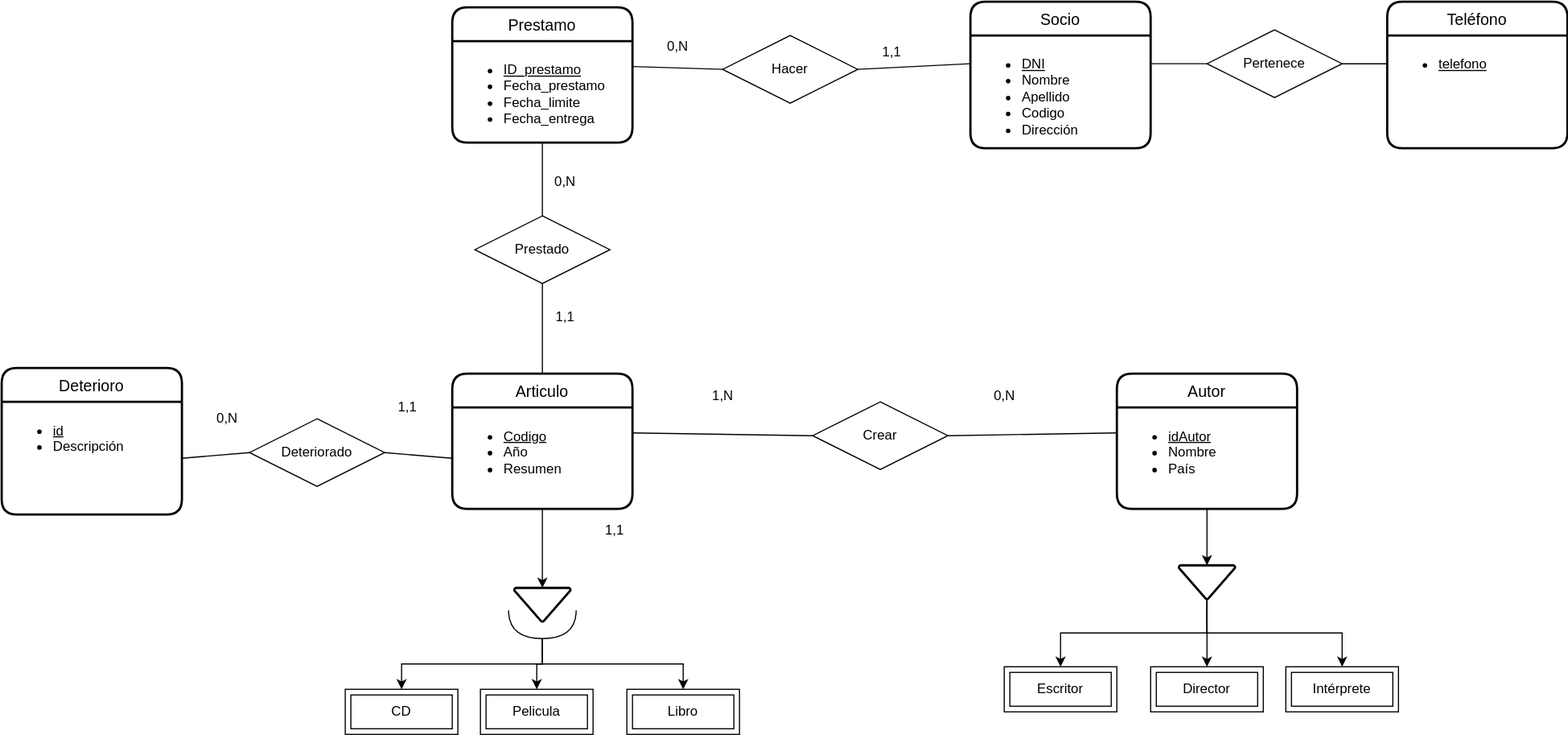
Earlier version of the draw.io export UD12-6.svg (Jimxx22/C3-UD11-UML). Source tidied: cells renumbered, new cells last; positions are measured from the earlier drawing's top-left corner, leaving out a move shared by most shapes.
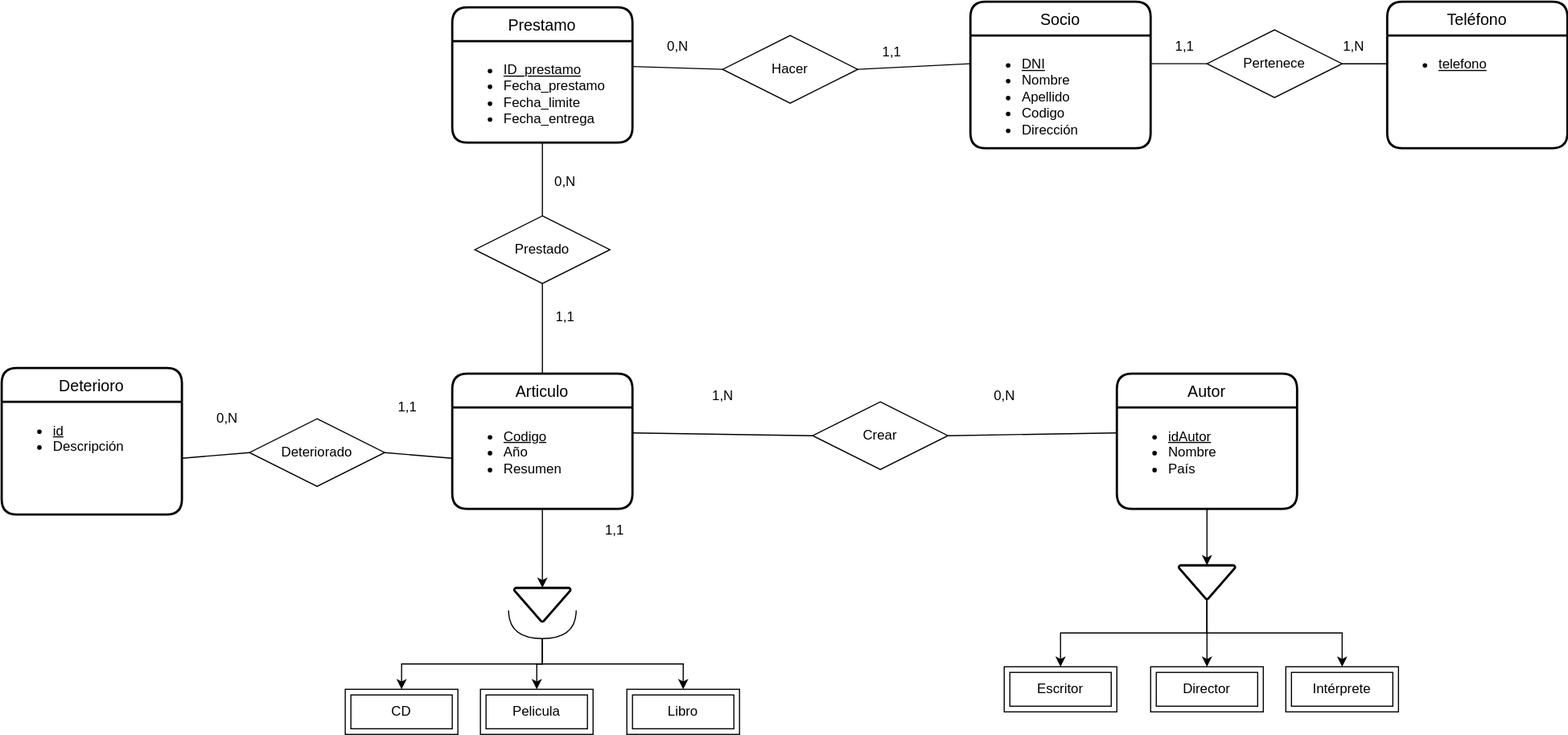
The same diagram one commit later.

The edit, as a diff of the source:
```diff
@@ -171,5 +171,11 @@
     <mxCell id="55" value="Pertenece" style="shape=rhombus;perimeter=rhombusPerimeter;whiteSpace=wrap;html=1;align=center;rounded=0;glass=0;labelBorderColor=none;fillColor=default;" parent="1" vertex="1">
       <mxGeometry x="1070" y="25" width="120" height="60" as="geometry" />
     </mxCell>
+    <mxCell id="56" value="1,1" style="text;html=1;align=center;verticalAlign=middle;strokeColor=none;fillColor=none;" parent="1" vertex="1">
+      <mxGeometry x="1030" y="25" width="40" height="30" as="geometry" />
+    </mxCell>
+    <mxCell id="57" value="1,N" style="text;html=1;align=center;verticalAlign=middle;strokeColor=none;fillColor=none;" parent="1" vertex="1">
+      <mxGeometry x="1180" y="25" width="40" height="30" as="geometry" />
+    </mxCell>
   </root>
 </mxGraphModel>
```
